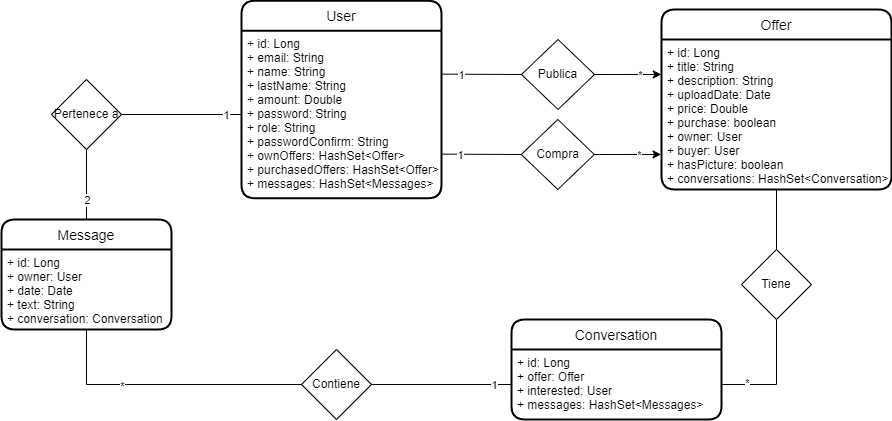
Omitg24/SDI2223-entrega1-32 keeps this draw.io diagram as docs/DomainModel.png. Above is the earlier version. Source tidied: cells renumbered, new cells last; positions are measured from the earlier drawing's top-left corner, leaving out a move shared by most shapes.
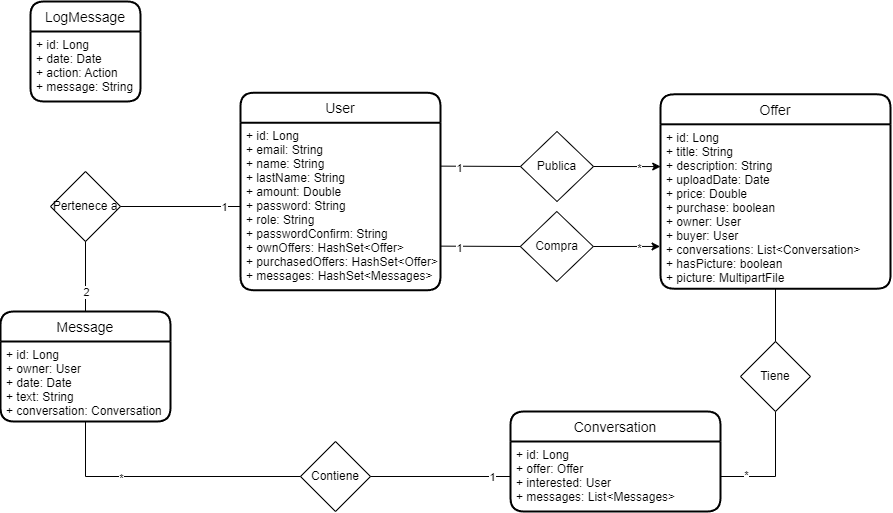
Above is the later version.

Change to the diagram source:
```diff
@@ -9,15 +9,15 @@
       <mxGeometry y="30" width="200" height="167.5" as="geometry" />
     </mxCell>
     <mxCell id="4" value="Offer" style="swimlane;horizontal=1;startSize=30;rounded=1;fontSize=14;fontStyle=0;strokeWidth=2;shadow=0;dashed=0;align=center;" parent="1" vertex="1">
-      <mxGeometry x="660" y="9" width="230" height="180" as="geometry" />
+      <mxGeometry x="660" y="1.8" width="230" height="194.4" as="geometry" />
     </mxCell>
-    <mxCell id="5" value="+ id: Long&#10;+ title: String&#10;+ description: String&#10;+ uploadDate: Date&#10;+ price: Double&#10;+ purchase: boolean&#10;+ owner: User&#10;+ buyer: User&#10;+ hasPicture: boolean&#10;+ conversations: HashSet&lt;Conversation&gt;" style="align=left;strokeColor=none;fillColor=none;spacingLeft=4;fontSize=12;verticalAlign=top;" parent="4" vertex="1">
-      <mxGeometry y="30" width="230" height="150" as="geometry" />
+    <mxCell id="5" value="+ id: Long&#10;+ title: String&#10;+ description: String&#10;+ uploadDate: Date&#10;+ price: Double&#10;+ purchase: boolean&#10;+ owner: User&#10;+ buyer: User&#10;+ conversations: List&lt;Conversation&gt;&#10;+ hasPicture: boolean&#10;+ picture: MultipartFile" style="align=left;strokeColor=none;fillColor=none;spacingLeft=4;fontSize=12;verticalAlign=top;" parent="4" vertex="1">
+      <mxGeometry y="30" width="230" height="164.4" as="geometry" />
     </mxCell>
     <mxCell id="6" value="Conversation" style="swimlane;horizontal=1;startSize=30;rounded=1;fontSize=14;fontStyle=0;strokeWidth=2;shadow=0;dashed=0;align=center;" parent="1" vertex="1">
       <mxGeometry x="510" y="319" width="210" height="100" as="geometry" />
     </mxCell>
-    <mxCell id="7" value="+ id: Long&#10;+ offer: Offer&#10;+ interested: User&#10;+ messages: HashSet&lt;Messages&gt;" style="align=left;strokeColor=none;fillColor=none;spacingLeft=4;fontSize=12;verticalAlign=top;" parent="6" vertex="1">
+    <mxCell id="7" value="+ id: Long&#10;+ offer: Offer&#10;+ interested: User&#10;+ messages: List&lt;Messages&gt;" style="align=left;strokeColor=none;fillColor=none;spacingLeft=4;fontSize=12;verticalAlign=top;" parent="6" vertex="1">
       <mxGeometry y="30" width="210" height="70" as="geometry" />
     </mxCell>
     <mxCell id="8" value="Message" style="swimlane;horizontal=1;startSize=30;rounded=1;fontSize=14;fontStyle=0;strokeWidth=2;shadow=0;dashed=0;align=center;" parent="1" vertex="1">
@@ -89,7 +89,7 @@
     <mxCell id="26" style="endArrow=none;html=1;rounded=0;entryX=0.5;entryY=0;entryDx=0;entryDy=0;exitX=0.5;exitY=1;exitDx=0;exitDy=0;" parent="1" edge="1" source="5" target="15">
       <mxGeometry relative="1" as="geometry" />
     </mxCell>
-    <mxCell id="27" style="endArrow=classic;html=1;rounded=0;entryX=-0.001;entryY=0.233;entryDx=0;entryDy=0;exitX=1;exitY=0.5;exitDx=0;exitDy=0;entryPerimeter=0;" parent="1" edge="1" source="10" target="5">
+    <mxCell id="27" style="endArrow=classic;html=1;rounded=0;entryX=0.001;entryY=0.257;entryDx=0;entryDy=0;exitX=1;exitY=0.5;exitDx=0;exitDy=0;entryPerimeter=0;" parent="1" edge="1" source="10" target="5">
       <mxGeometry relative="1" as="geometry" />
     </mxCell>
     <mxCell id="28" value="*" style="edgeLabel;html=1;align=center;verticalAlign=middle;" parent="27" vertex="1">
@@ -114,5 +114,11 @@
     <mxCell id="33" value="*" style="edgeLabel;html=1;align=center;verticalAlign=middle;" parent="32" vertex="1">
       <mxGeometry x="0.35" y="-1" relative="1" as="geometry" />
     </mxCell>
+    <mxCell id="34" value="LogMessage" style="swimlane;horizontal=1;startSize=30;rounded=1;fontSize=14;fontStyle=0;strokeWidth=2;shadow=0;dashed=0;align=center;" parent="1" vertex="1">
+      <mxGeometry x="30" y="-91" width="110" height="100" as="geometry" />
+    </mxCell>
+    <mxCell id="35" value="+ id: Long&#10;+ date: Date&#10;+ action: Action&#10;+ message: String" style="align=left;strokeColor=none;fillColor=none;spacingLeft=4;fontSize=12;verticalAlign=top;" parent="34" vertex="1">
+      <mxGeometry y="30" width="110" height="70" as="geometry" />
+    </mxCell>
   </root>
 </mxGraphModel>
```
